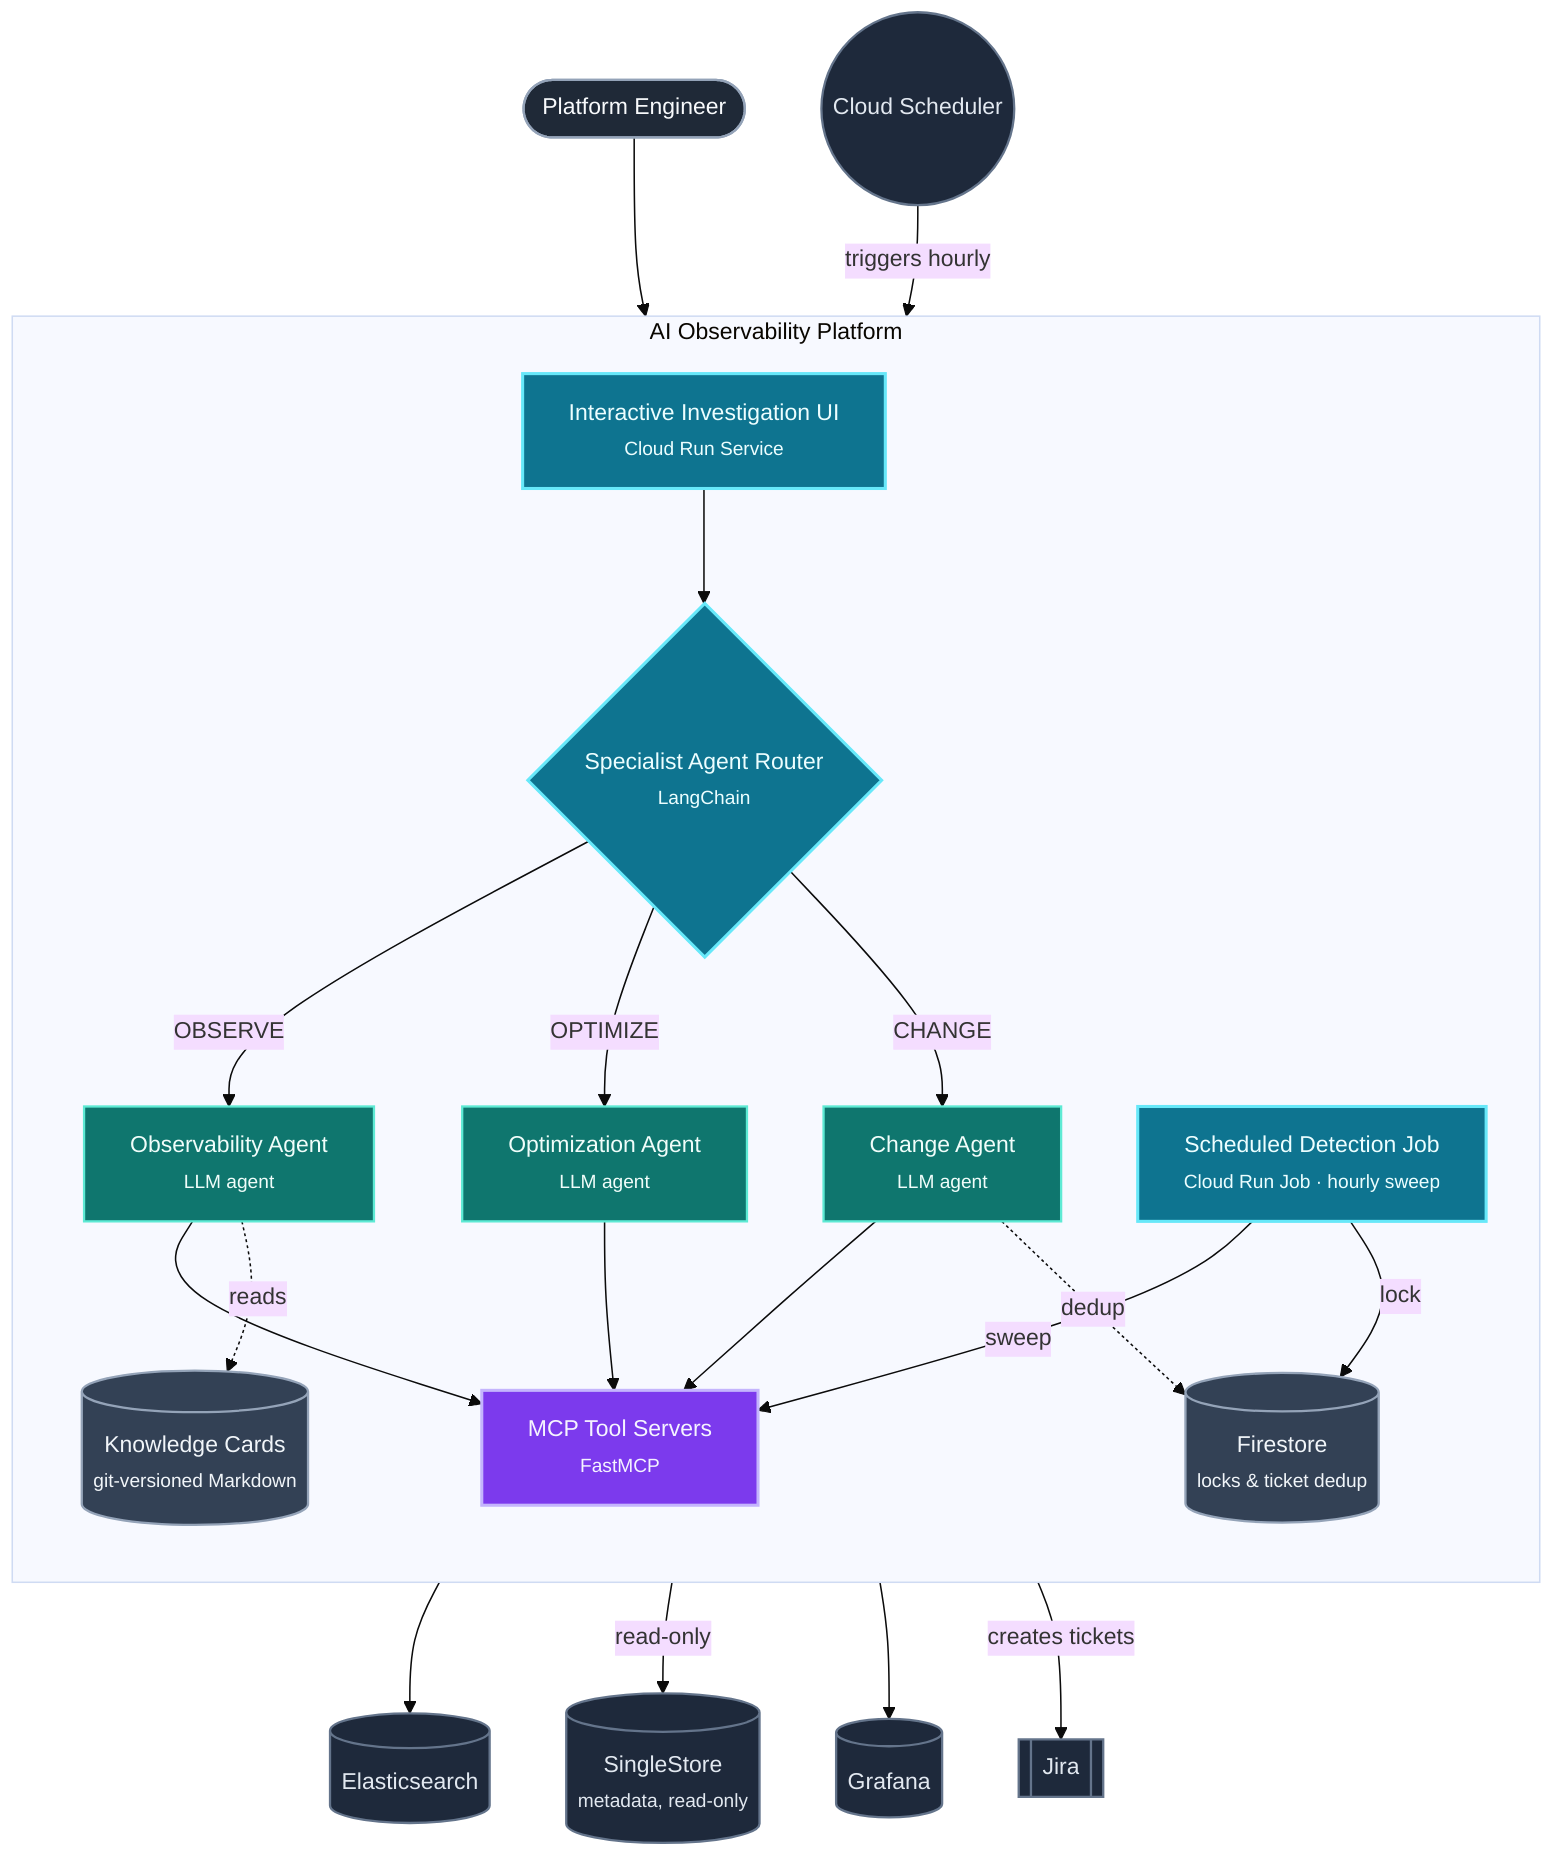
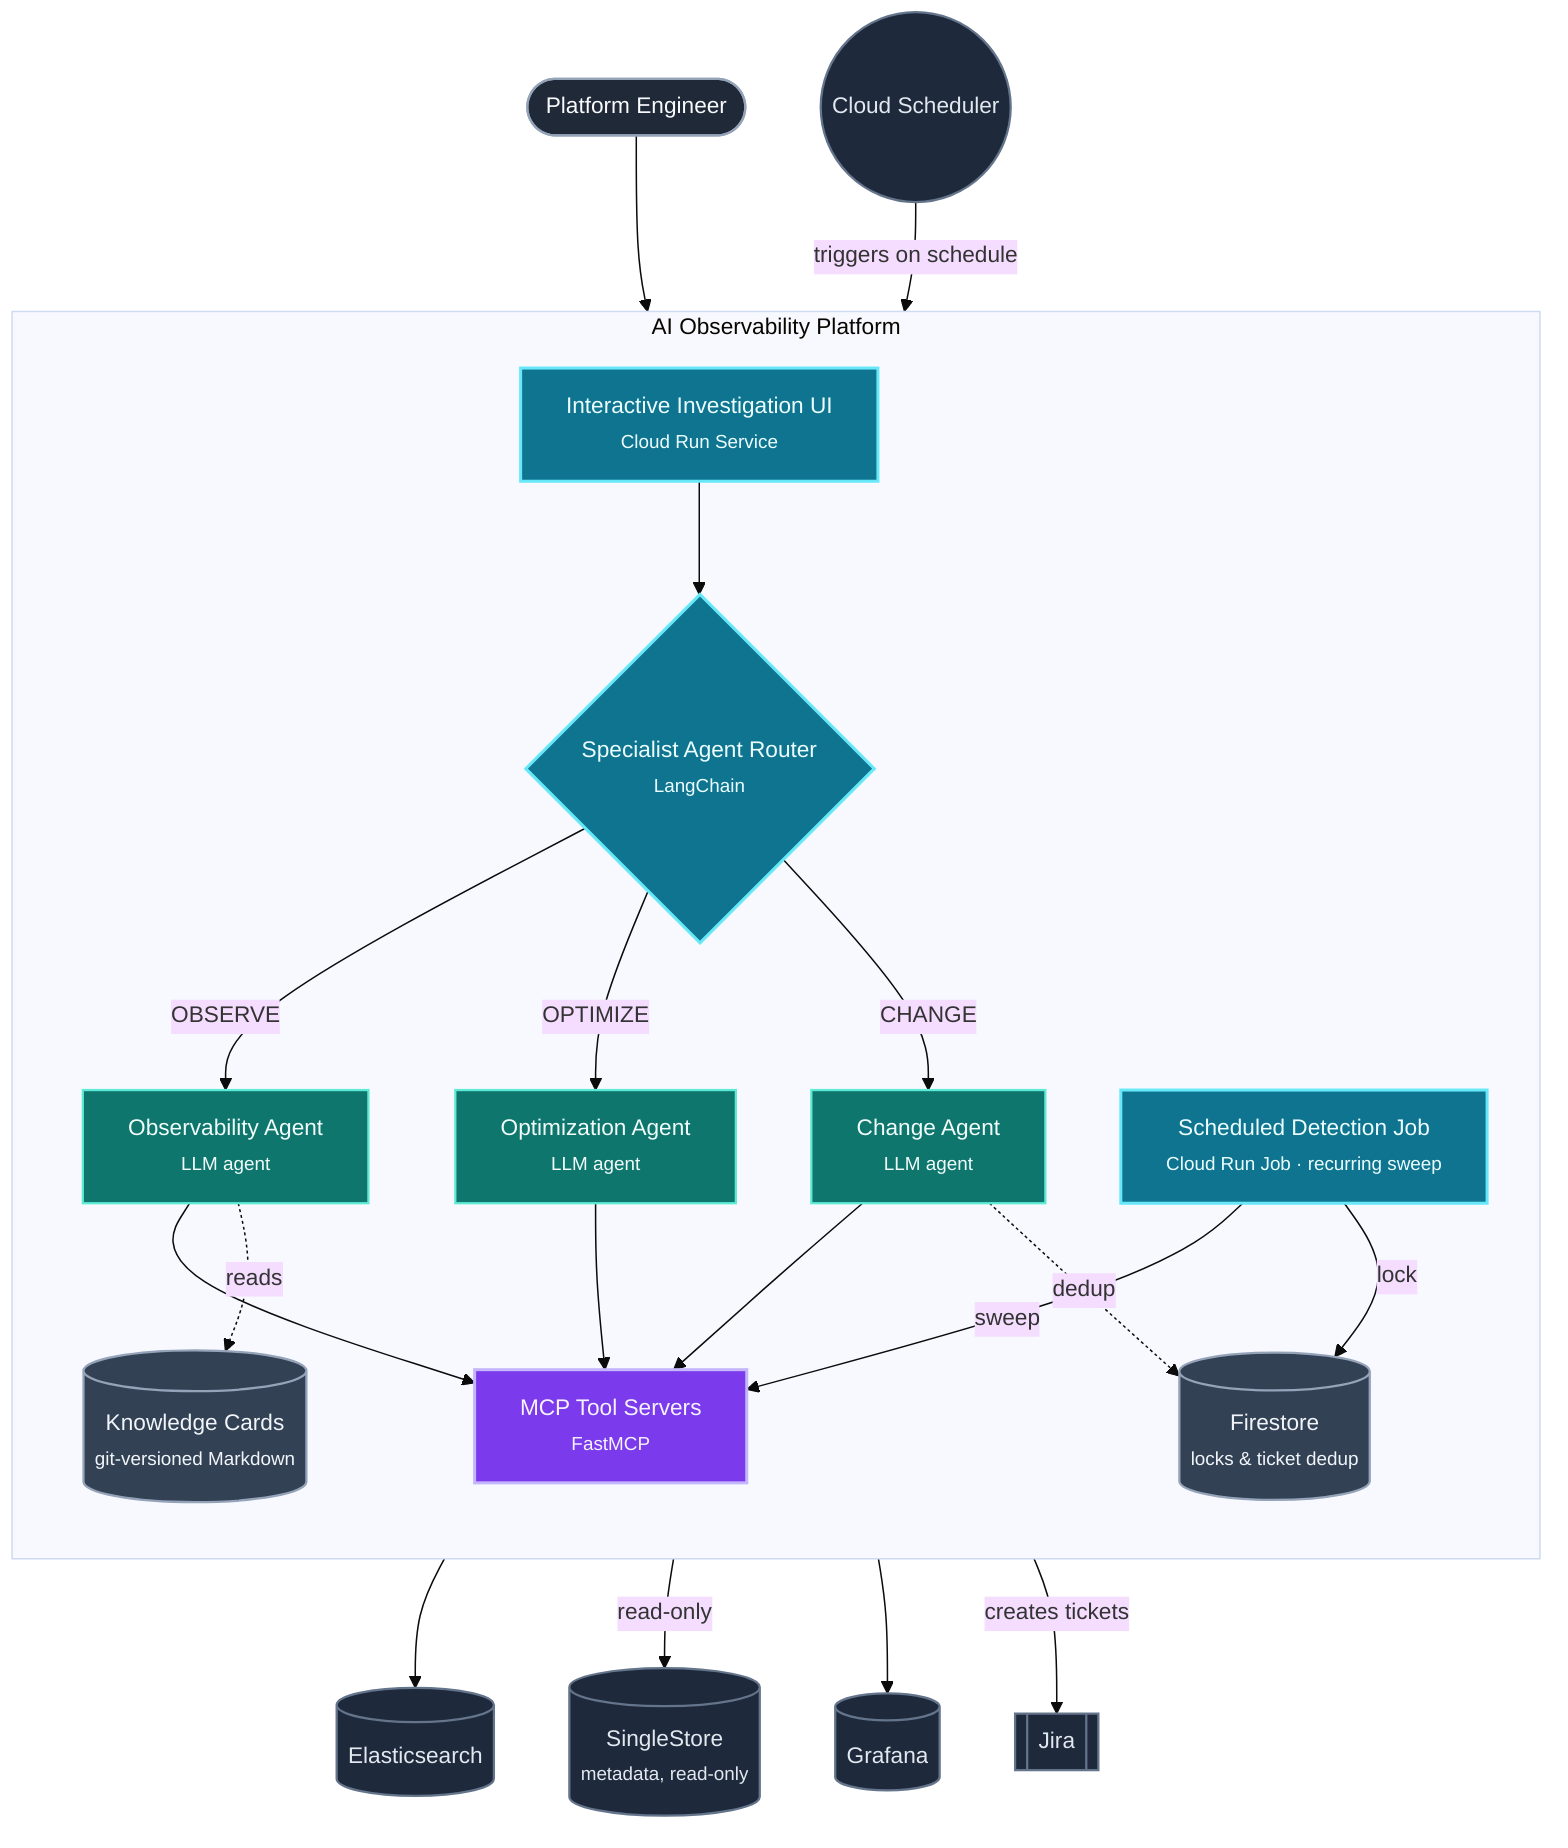
%%{init: {"theme": "base", "themeVariables": {"fontSize": "15px"}}}%%
flowchart TB
    classDef actor fill:#1f2937,stroke:#94a3b8,color:#f8fafc,stroke-width:1.5px
    classDef entry fill:#0e7490,stroke:#67e8f9,color:#ecfeff,stroke-width:2px
    classDef agent fill:#0f766e,stroke:#5eead4,color:#f0fdfa,stroke-width:1.5px
    classDef tool fill:#7c3aed,stroke:#c4b5fd,color:#f5f3ff,stroke-width:2px
    classDef store fill:#334155,stroke:#94a3b8,color:#f1f5f9,stroke-width:1.5px
    classDef external fill:#1e293b,stroke:#64748b,color:#e2e8f0,stroke-width:1.5px

    Engineer(["Platform Engineer"]):::actor
    Scheduler(("Cloud Scheduler")):::external

    subgraph Platform["AI Observability Platform"]
        direction TB

        UI["Interactive Investigation UI<br/><small>Cloud Run Service</small>"]:::entry
-         Job["Scheduled Detection Job<br/><small>Cloud Run Job · hourly sweep</small>"]:::entry
+         Job["Scheduled Detection Job<br/><small>Cloud Run Job · recurring sweep</small>"]:::entry
        Router{"Specialist Agent Router<br/><small>LangChain</small>"}:::entry

        ObsAgent["Observability Agent<br/><small>LLM agent</small>"]:::agent
        OptAgent["Optimization Agent<br/><small>LLM agent</small>"]:::agent
        ChgAgent["Change Agent<br/><small>LLM agent</small>"]:::agent

        MCP["MCP Tool Servers<br/><small>FastMCP</small>"]:::tool

        Lock[("Firestore<br/><small>locks & ticket dedup</small>")]:::store
        KB[("Knowledge Cards<br/><small>git-versioned Markdown</small>")]:::store
    end

    Telemetry[("Elasticsearch")]:::external
    DBEngine[("SingleStore<br/><small>metadata, read-only</small>")]:::external
    Dashboards[("Grafana")]:::external
    Ticketing[["Jira"]]:::external

    Engineer --> UI
-     Scheduler -->|"triggers hourly"| Job
+     Scheduler -->|"triggers on schedule"| Job

    UI --> Router
    Router -->|"OBSERVE"| ObsAgent
    Router -->|"OPTIMIZE"| OptAgent
    Router -->|"CHANGE"| ChgAgent

    Job -->|"sweep"| MCP
    Job -->|"lock"| Lock

    ObsAgent --> MCP
    OptAgent --> MCP
    ChgAgent --> MCP
    ObsAgent -.->|"reads"| KB
    ChgAgent -.->|"dedup"| Lock

    MCP --> Telemetry
    MCP -->|"read-only"| DBEngine
    MCP --> Dashboards
    MCP -->|"creates tickets"| Ticketing
